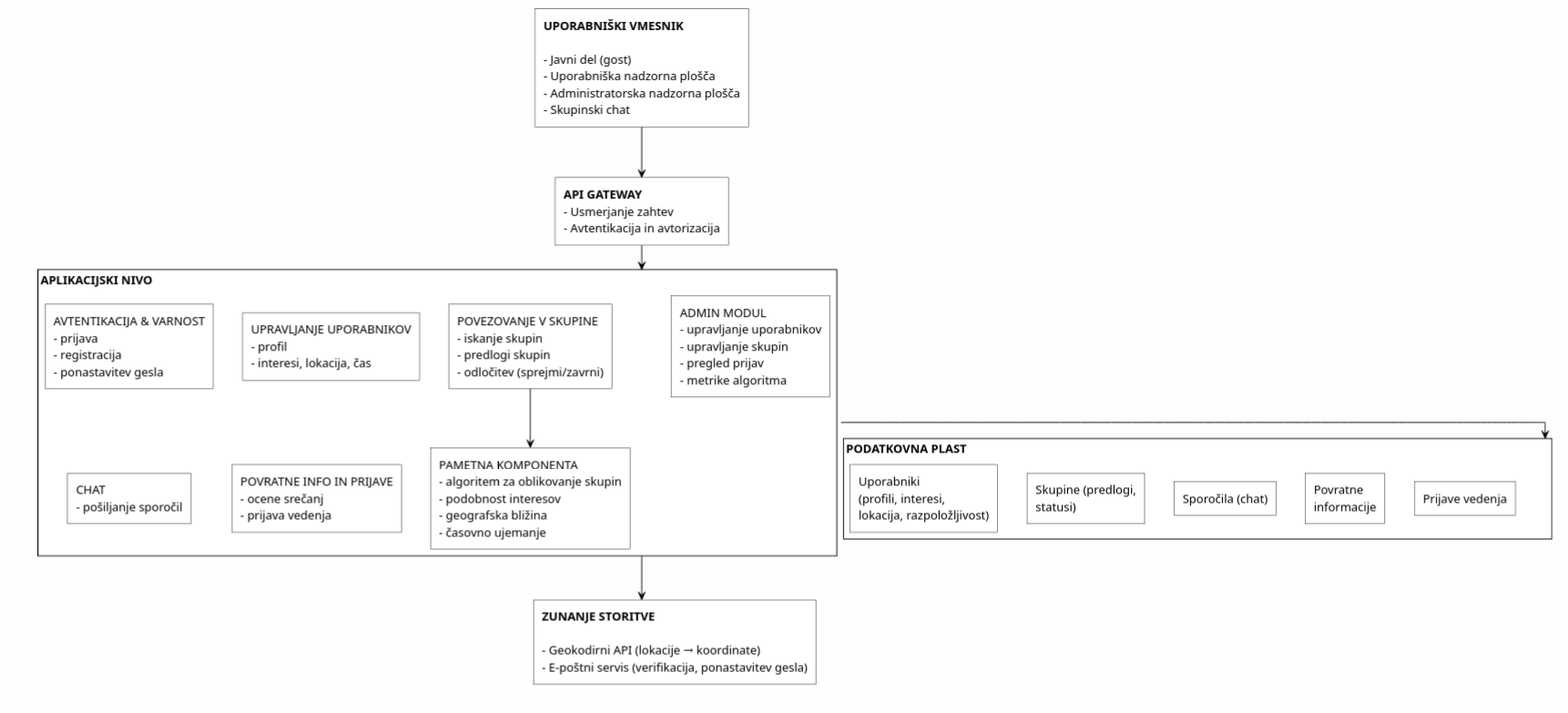
The PlantUML diagram docs/gradivo/img/blockDiagram.png in jakobjesenko/Projekt-06, before a commit. Its source is kept beside it as docs/gradivo/plantuml/BlockDiagram.puml.
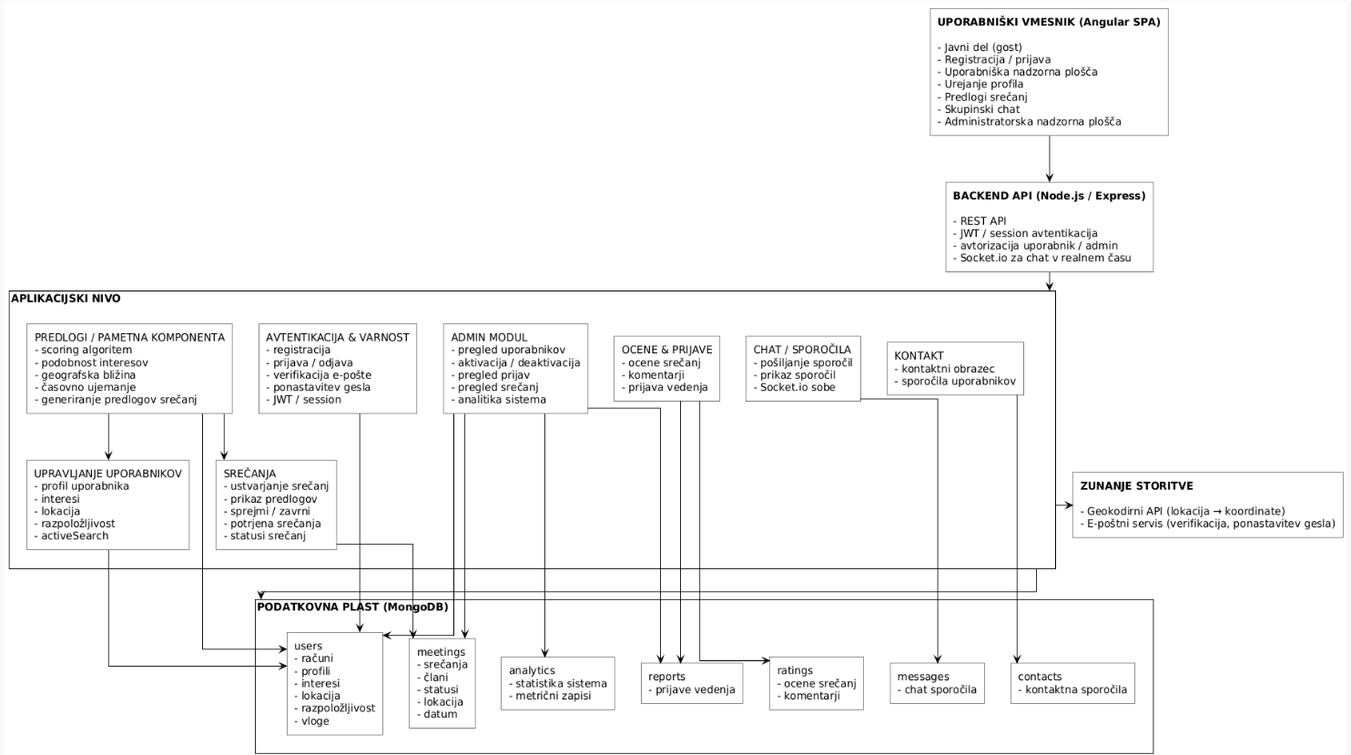
Above is the later version.

Change to the diagram source:
```diff
@@ -6,46 +6,69 @@
     BorderColor Black
     RoundCorner 0
 }
+skinparam packageStyle rectangle
 skinparam arrowColor Black
 
-rectangle "**UPORABNIŠKI VMESNIK**\n\n- Javni del (gost)\n- Uporabniška nadzorna plošča\n- Administratorska nadzorna plošča\n- Skupinski chat" as UI
+rectangle "**UPORABNIŠKI VMESNIK (Angular SPA)**\n\n- Javni del (gost)\n- Registracija / prijava\n- Uporabniška nadzorna plošča\n- Urejanje profila\n- Predlogi srečanj\n- Skupinski chat\n- Administratorska nadzorna plošča" as UI
 
-rectangle "**API GATEWAY**\n- Usmerjanje zahtev\n- Avtentikacija in avtorizacija" as Gateway
+rectangle "**BACKEND API (Node.js / Express)**\n\n- REST API\n- JWT / session avtentikacija\n- avtorizacija uporabnik / admin\n- Socket.io za chat v realnem času" as API
 
-rectangle "**APLIKACIJSKI NIVO**" as AppLayer {
+package "**APLIKACIJSKI NIVO**" as AppLayer {
 
-    rectangle "AVTENTIKACIJA & VARNOST\n- prijava\n- registracija\n- ponastavitev gesla" as Auth
-    rectangle "UPRAVLJANJE UPORABNIKOV\n- profil\n- interesi, lokacija, čas" as Users
-    rectangle "POVEZOVANJE V SKUPINE\n- iskanje skupin\n- predlogi skupin\n- odločitev (sprejmi/zavrni)" as Matching
-    rectangle "PAMETNA KOMPONENTA\n- algoritem za oblikovanje skupin\n- podobnost interesov\n- geografska bližina\n- časovno ujemanje" as Smart
+    rectangle "AVTENTIKACIJA & VARNOST\n- registracija\n- prijava / odjava\n- verifikacija e-pošte\n- ponastavitev gesla\n- JWT / session" as Auth
 
-    Matching --> Smart
+    rectangle "UPRAVLJANJE UPORABNIKOV\n- profil uporabnika\n- interesi\n- lokacija\n- razpoložljivost\n- activeSearch" as Users
 
-    rectangle "CHAT\n- pošiljanje sporočil" as Chat
-    rectangle "POVRATNE INFO IN PRIJAVE\n- ocene srečanj\n- prijava vedenja" as Feedback
-    rectangle "ADMIN MODUL\n- upravljanje uporabnikov\n- upravljanje skupin\n- pregled prijav\n- metrike algoritma" as Admin
+    rectangle "PREDLOGI / PAMETNA KOMPONENTA\n- scoring algoritem\n- podobnost interesov\n- geografska bližina\n- časovno ujemanje\n- generiranje predlogov srečanj" as Suggestions
 
-    Auth -[hidden]d-> Chat
-    Users -[hidden]d-> Feedback
+    rectangle "SREČANJA\n- ustvarjanje srečanj\n- prikaz predlogov\n- sprejmi / zavrni\n- potrjena srečanja\n- statusi srečanj" as Meetings
+
+    rectangle "CHAT / SPOROČILA\n- pošiljanje sporočil\n- prikaz sporočil\n- Socket.io sobe" as Chat
+
+    rectangle "OCENE & PRIJAVE\n- ocene srečanj\n- komentarji\n- prijava vedenja" as Feedback
+
+    rectangle "KONTAKT\n- kontaktni obrazec\n- sporočila uporabnikov" as Contact
+
+    rectangle "ADMIN MODUL\n- pregled uporabnikov\n- aktivacija / deaktivacija\n- pregled prijav\n- pregled srečanj\n- analitika sistema" as Admin
 }
 
-rectangle "**PODATKOVNA PLAST**" as DataLayer {
-    rectangle "Uporabniki\n(profili, interesi,\nlokacija, razpoložljivost)" as DB_Users
-    rectangle "Skupine (predlogi,\nstatusi)" as DB_Groups
-    rectangle "Sporočila (chat)" as DB_Chat
-    rectangle "Povratne\ninformacije" as DB_Feedback
-    rectangle "Prijave vedenja" as DB_Reports
+package "**PODATKOVNA PLAST (MongoDB)**" as DataLayer {
+    rectangle "users\n- računi\n- profili\n- interesi\n- lokacija\n- razpoložljivost\n- vloge" as DB_Users
 
-    DB_Users -[hidden]r-> DB_Groups
-    DB_Chat -[hidden]r-> DB_Feedback
-    DB_Feedback -[hidden]r-> DB_Reports
+    rectangle "meetings\n- srečanja\n- člani\n- statusi\n- lokacija\n- datum" as DB_Meetings
+
+    rectangle "messages\n- chat sporočila" as DB_Messages
+
+    rectangle "ratings\n- ocene srečanj\n- komentarji" as DB_Ratings
+
+    rectangle "reports\n- prijave vedenja" as DB_Reports
+
+    rectangle "contacts\n- kontaktna sporočila" as DB_Contacts
+
+    rectangle "analytics\n- statistika sistema\n- metrični zapisi" as DB_Analytics
 }
 
-rectangle "**ZUNANJE STORITVE**\n\n- Geokodirni API (lokacije → koordinate)\n- E-poštni servis (verifikacija, ponastavitev gesla)" as External
+rectangle "**ZUNANJE STORITVE**\n\n- Geokodirni API (lokacija → koordinate)\n- E-poštni servis (verifikacija, ponastavitev gesla)" as External
 
-UI --> Gateway
-Gateway --> AppLayer
+UI --> API
+API --> AppLayer
 AppLayer --> DataLayer
-AppLayer ---> External
+AppLayer --> External
+
+Suggestions --> Users
+Suggestions --> Meetings
+
+Auth --> DB_Users
+Users --> DB_Users
+Suggestions --> DB_Users
+Meetings --> DB_Meetings
+Chat --> DB_Messages
+Feedback --> DB_Ratings
+Feedback --> DB_Reports
+Contact --> DB_Contacts
+Admin --> DB_Users
+Admin --> DB_Meetings
+Admin --> DB_Reports
+Admin --> DB_Analytics
 
 @enduml
```
